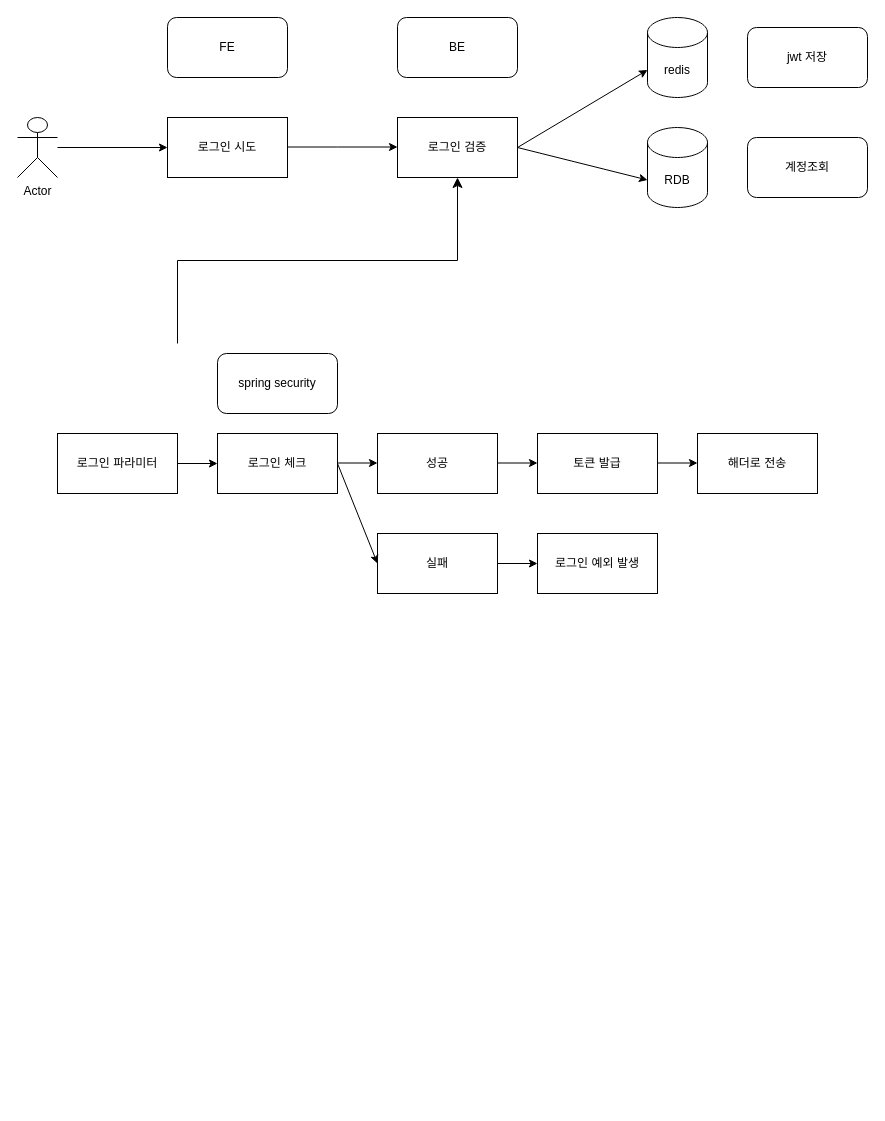
Earlier version of the draw.io diagram 로그인프로세스.drawio (mothership2002/dashboard). Source tidied: cells renumbered, new cells numbered last; positions are measured from the earlier drawing's top-left corner, leaving out a move shared by most shapes. Both pictures are drawn from the tidied source at 100%, with x=0, y=0 at pixel (17, 17).
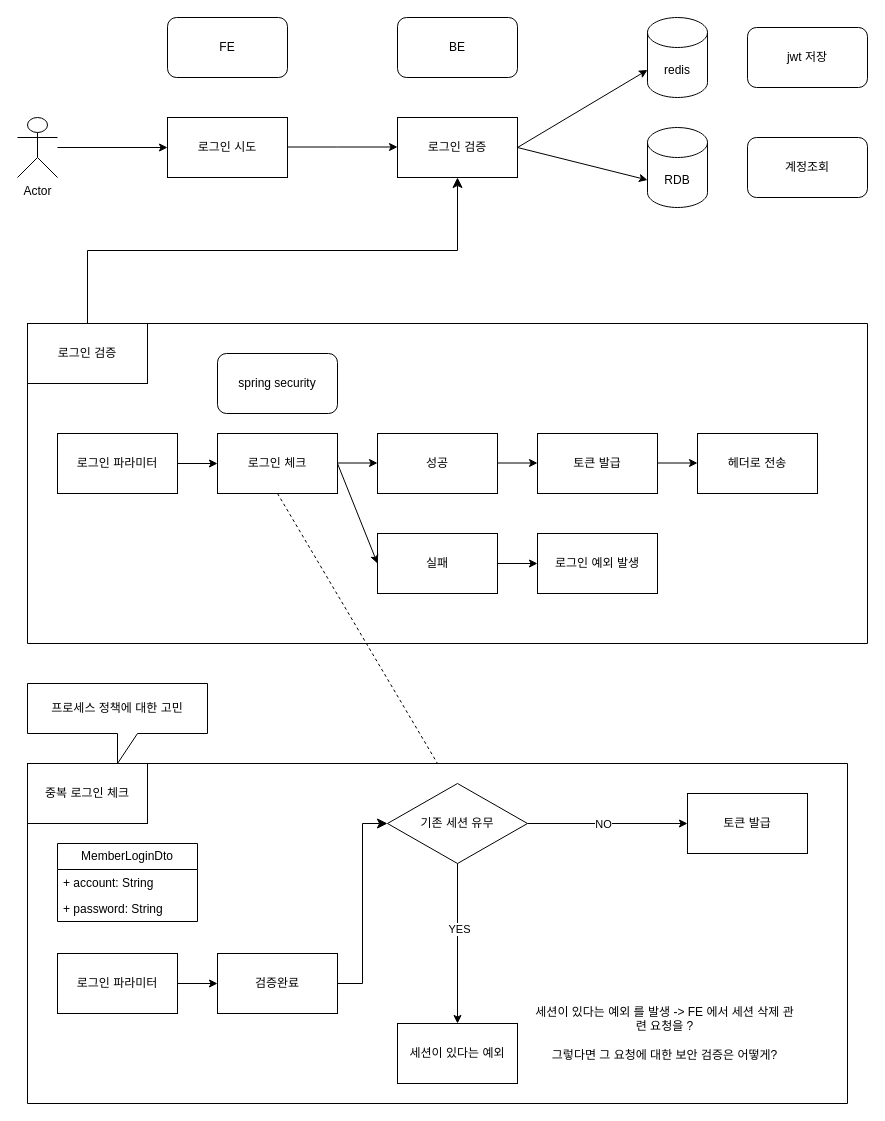
The same page after the edit.

Commit message:
로그인프로세스.drawio 업데이트

The change refers to these unchanged cells:
```xml
<mxCell id="17" value="로그인 체크" style="rounded=0;whiteSpace=wrap;html=1;" parent="1" vertex="1">
  <mxGeometry x="200" y="416" width="120" height="60" as="geometry" />
</mxCell>
```

Diff of the diagram source:
```diff
@@
-    <mxCell id="15" style="edgeStyle=elbowEdgeStyle;elbow=vertical;endArrow=classic;html=1;curved=0;rounded=0;endSize=8;startSize=8;" parent="1" edge="1">
+    <mxCell id="15" style="edgeStyle=elbowEdgeStyle;elbow=vertical;endArrow=classic;html=1;curved=0;rounded=0;endSize=8;startSize=8;exitX=0.5;exitY=0;exitDx=0;exitDy=0;" parent="1" edge="1" source="31">
       <mxGeometry relative="1" as="geometry">
-        <mxPoint x="160" y="326" as="sourcePoint" />
         <mxPoint x="440" y="160" as="targetPoint" />
       </mxGeometry>
     </mxCell>
@@
-    <mxCell id="28" value="해더로 전송" style="rounded=0;whiteSpace=wrap;html=1;" parent="1" vertex="1">
+    <mxCell id="28" value="헤더로 전송" style="rounded=0;whiteSpace=wrap;html=1;" parent="1" vertex="1">
       <mxGeometry x="680" y="416" width="120" height="60" as="geometry" />
     </mxCell>
@@
+    <mxCell id="30" style="swimlane;startSize=0;" parent="1" vertex="1">
+      <mxGeometry x="10" y="306" width="840" height="320" as="geometry" />
+    </mxCell>
+    <mxCell id="31" value="로그인 검증" style="rounded=0;whiteSpace=wrap;html=1;" parent="30" vertex="1">
+      <mxGeometry width="120" height="60" as="geometry" />
+    </mxCell>
+    <mxCell id="32" value="중복 로그인 체크" style="rounded=0;whiteSpace=wrap;html=1;" parent="1" vertex="1">
+      <mxGeometry x="10" y="746" width="120" height="60" as="geometry" />
+    </mxCell>
+    <mxCell id="33" style="swimlane;startSize=0;" parent="1" vertex="1">
+      <mxGeometry x="10" y="746" width="820" height="340" as="geometry" />
+    </mxCell>
+    <mxCell id="34" value="MemberLoginDto" style="swimlane;fontStyle=0;horizontal=1;startSize=26;fillColor=none;whiteSpace=wrap;html=1;" parent="33" vertex="1">
+      <mxGeometry x="30" y="80" width="140" height="78" as="geometry" />
+    </mxCell>
+    <mxCell id="35" value="+ account: String&lt;br&gt;&lt;br&gt;" style="text;strokeColor=none;fillColor=none;align=left;verticalAlign=top;spacingLeft=4;spacingRight=4;overflow=hidden;whiteSpace=wrap;html=1;" parent="34" vertex="1">
+      <mxGeometry y="26" width="140" height="26" as="geometry" />
+    </mxCell>
+    <mxCell id="36" value="+ password: String&lt;br&gt;" style="text;strokeColor=none;fillColor=none;align=left;verticalAlign=top;spacingLeft=4;spacingRight=4;overflow=hidden;whiteSpace=wrap;html=1;" parent="34" vertex="1">
+      <mxGeometry y="52" width="140" height="26" as="geometry" />
+    </mxCell>
+    <mxCell id="37" value="로그인 파라미터" style="rounded=0;whiteSpace=wrap;html=1;" parent="33" vertex="1">
+      <mxGeometry x="30" y="190" width="120" height="60" as="geometry" />
+    </mxCell>
+    <mxCell id="38" value="검증완료" style="rounded=0;whiteSpace=wrap;html=1;" parent="33" vertex="1">
+      <mxGeometry x="190" y="190" width="120" height="60" as="geometry" />
+    </mxCell>
+    <mxCell id="39" value="기존 세션 유무" style="rhombus;whiteSpace=wrap;html=1;" parent="33" vertex="1">
+      <mxGeometry x="360" y="20" width="140" height="80" as="geometry" />
+    </mxCell>
+    <mxCell id="40" style="endArrow=classic;html=1;rounded=0;entryX=0;entryY=0.5;entryDx=0;entryDy=0;" parent="33" edge="1" target="38">
+      <mxGeometry relative="1" as="geometry">
+        <mxPoint x="150" y="220" as="sourcePoint" />
+      </mxGeometry>
+    </mxCell>
+    <mxCell id="41" style="edgeStyle=elbowEdgeStyle;elbow=horizontal;endArrow=classic;html=1;curved=0;rounded=0;endSize=8;startSize=8;exitX=1;exitY=0.5;exitDx=0;exitDy=0;" parent="33" edge="1" source="38">
+      <mxGeometry relative="1" as="geometry">
+        <mxPoint x="360" y="60" as="targetPoint" />
+      </mxGeometry>
+    </mxCell>
+    <mxCell id="42" value="세션이 있다는 예외" style="rounded=0;whiteSpace=wrap;html=1;" parent="33" vertex="1">
+      <mxGeometry x="370" y="260" width="120" height="60" as="geometry" />
+    </mxCell>
+    <mxCell id="43" value="토큰 발급" style="rounded=0;whiteSpace=wrap;html=1;" parent="33" vertex="1">
+      <mxGeometry x="660" y="30" width="120" height="60" as="geometry" />
+    </mxCell>
+    <mxCell id="44" style="endArrow=classic;html=1;rounded=0;entryX=0.5;entryY=0;entryDx=0;entryDy=0;" parent="33" edge="1" source="39" target="42">
+      <mxGeometry relative="1" as="geometry" />
+    </mxCell>
+    <mxCell id="45" value="YES" style="edgeLabel;html=1;align=center;verticalAlign=middle;" parent="44" vertex="1">
+      <mxGeometry x="-0.19" y="1" relative="1" as="geometry" />
+    </mxCell>
+    <mxCell id="46" style="endArrow=classic;html=1;rounded=0;exitX=1;exitY=0.5;exitDx=0;exitDy=0;entryX=0;entryY=0.5;entryDx=0;entryDy=0;" parent="33" edge="1" source="39" target="43">
+      <mxGeometry relative="1" as="geometry" />
+    </mxCell>
+    <mxCell id="47" value="NO" style="edgeLabel;html=1;align=center;verticalAlign=middle;" parent="46" vertex="1">
+      <mxGeometry x="-0.06" relative="1" as="geometry" />
+    </mxCell>
+    <mxCell id="48" value="세션이 있다는 예외 를 발생 -&amp;gt; FE 에서 세션 삭제 관련 요청을 ?&lt;br&gt;&lt;br&gt;그렇다면 그 요청에 대한 보안 검증은 어떻게?" style="text;html=1;strokeColor=none;fillColor=none;align=center;verticalAlign=middle;whiteSpace=wrap;rounded=0;" parent="33" vertex="1">
+      <mxGeometry x="505" y="230" width="265" height="80" as="geometry" />
+    </mxCell>
+    <mxCell id="49" value="프로세스 정책에 대한 고민" style="shape=callout;whiteSpace=wrap;html=1;perimeter=calloutPerimeter;" parent="1" vertex="1">
+      <mxGeometry x="10" y="666" width="180" height="80" as="geometry" />
+    </mxCell>
+    <mxCell id="50" style="endArrow=none;dashed=1;html=1;rounded=0;exitX=0.5;exitY=1;exitDx=0;exitDy=0;entryX=0.5;entryY=0;entryDx=0;entryDy=0;" parent="1" edge="1" source="17" target="33">
+      <mxGeometry relative="1" as="geometry" />
+    </mxCell>
```
